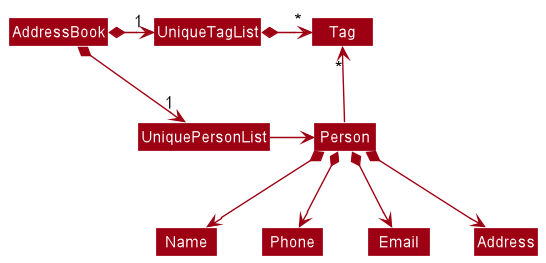
Above: docs/images/BetterModelClassDiagram.png in nus-cs2103-AY2223S1/tp (PlantUML), before the change.
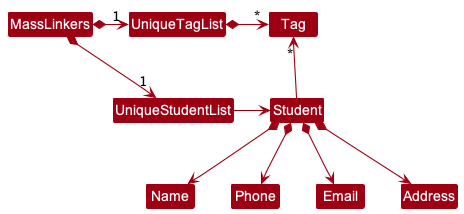
The same diagram one commit later.

Change to the diagram source:
```diff
@@ -4,18 +4,18 @@
 skinparam arrowColor MODEL_COLOR
 skinparam classBackgroundColor MODEL_COLOR
 
-AddressBook *-right-> "1" UniquePersonList
-AddressBook *-right-> "1" UniqueTagList
-UniqueTagList -[hidden]down- UniquePersonList
-UniqueTagList -[hidden]down- UniquePersonList
+MassLinkers *-right-> "1" UniqueStudentList
+MassLinkers *-right-> "1" UniqueTagList
+UniqueTagList -[hidden]down- UniqueStudentList
+UniqueTagList -[hidden]down- UniqueStudentList
 
 UniqueTagList *-right-> "*" Tag
-UniquePersonList -right-> Person
+UniqueStudentList -right-> Student
 
-Person -up-> "*" Tag
+Student -up-> "*" Tag
 
-Person *--> Name
-Person *--> Phone
-Person *--> Email
-Person *--> Address
+Student *--> Name
+Student *--> Phone
+Student *--> Email
+Student *--> Address
 @enduml
```
